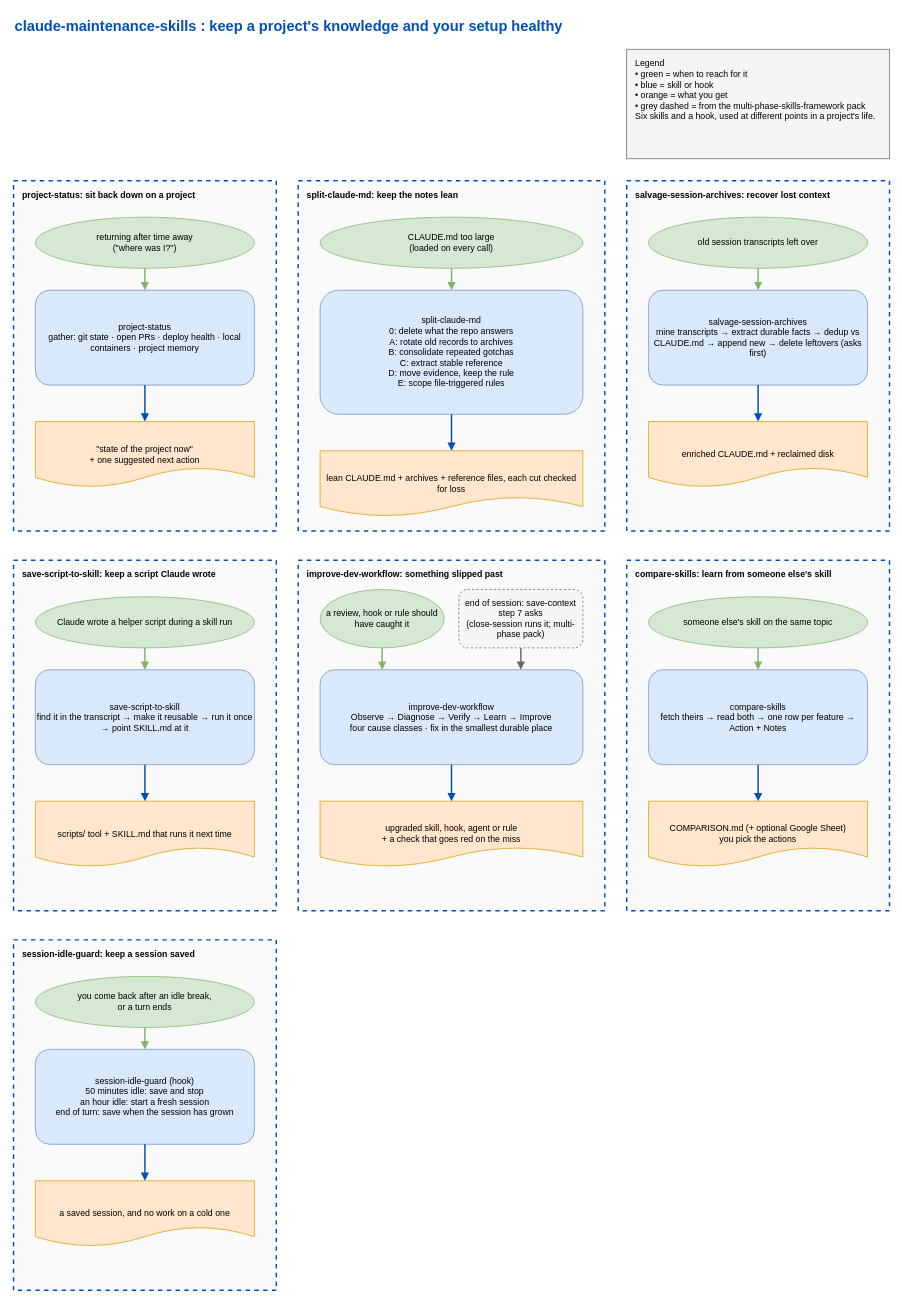
Earlier version of the draw.io diagram docs/maintenance-flow.drawio (eranw2000/claude-maintenance-skills). Source tidied: cells renumbered, new cells numbered last; positions are measured from the earlier drawing's top-left corner, leaving out a move shared by most shapes. Both pictures are drawn from the tidied source at 73%, with x=0, y=0 at pixel (13, 12).
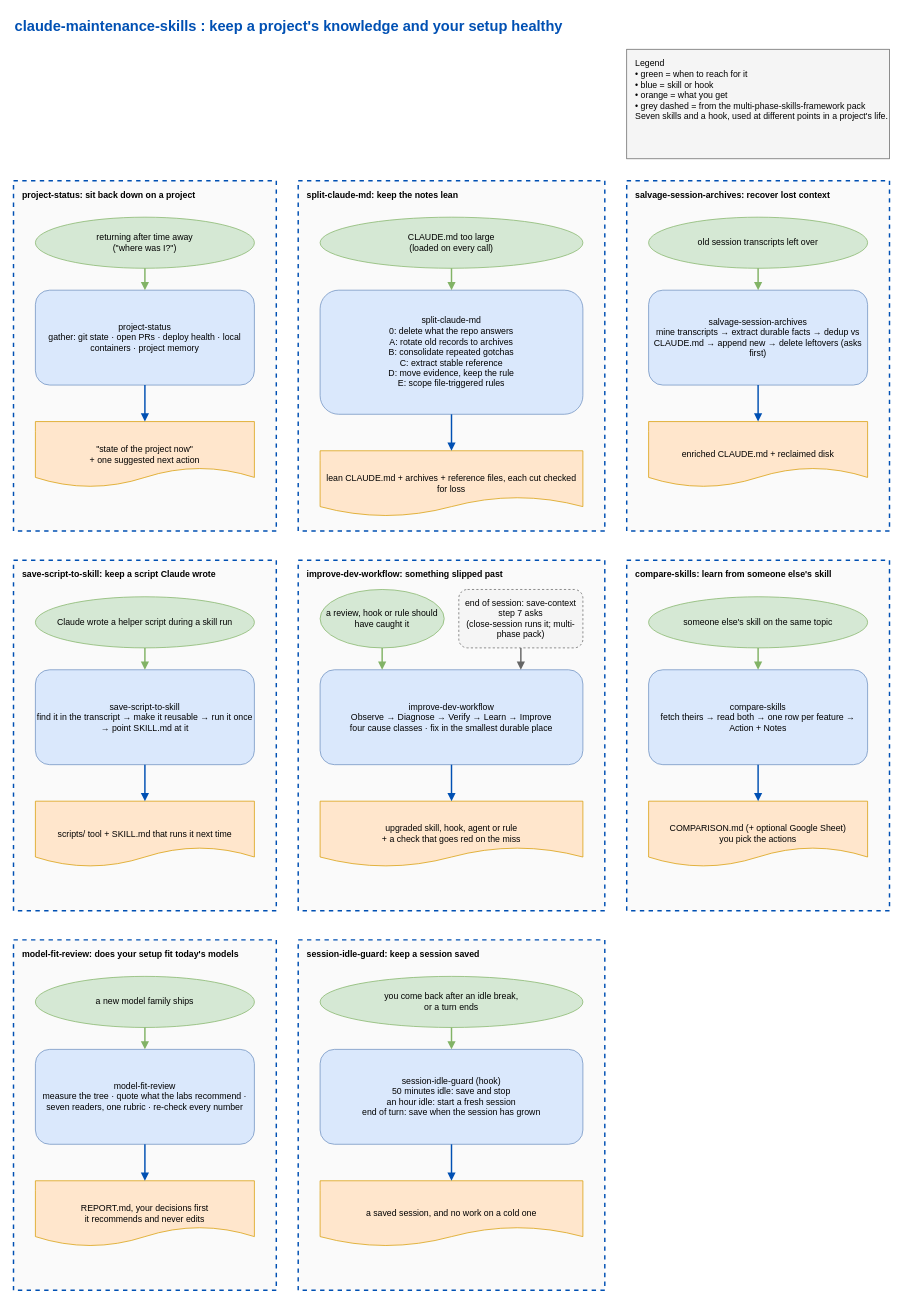
After the change.

What changed in the source:
```diff
@@
-    <mxCell id="3" value="Legend&#10;• green = when to reach for it&#10;• blue = skill or hook&#10;• orange = what you get&#10;• grey dashed = from the multi-phase-skills-framework pack&#10;Six skills and a hook, used at different points in a project's life." style="rounded=0;fillColor=#f5f5f5;strokeColor=#666666;verticalAlign=top;align=left;spacingLeft=10;spacingTop=6;whiteSpace=wrap;html=1;" parent="1" vertex="1">
+    <mxCell id="3" value="Legend&#10;• green = when to reach for it&#10;• blue = skill or hook&#10;• orange = what you get&#10;• grey dashed = from the multi-phase-skills-framework pack&#10;Seven skills and a hook, used at different points in a project's life." style="rounded=0;fillColor=#f5f5f5;strokeColor=#666666;verticalAlign=top;align=left;spacingLeft=10;spacingTop=6;whiteSpace=wrap;html=1;" parent="1" vertex="1">
       <mxGeometry x="840" y="50" width="360" height="150" as="geometry" />
     </mxCell>
@@
-    <mxCell id="42" value="session-idle-guard: keep a session saved" style="rounded=0;fillColor=#fafafa;strokeColor=#0050b3;fontStyle=1;verticalAlign=top;align=left;spacingLeft=10;spacingTop=6;dashed=1;strokeWidth=2;html=1;whiteSpace=wrap;" parent="1" vertex="1">
+    <mxCell id="42" value="model-fit-review: does your setup fit today's models" style="rounded=0;fillColor=#fafafa;strokeColor=#0050b3;fontStyle=1;verticalAlign=top;align=left;spacingLeft=10;spacingTop=6;dashed=1;strokeWidth=2;html=1;whiteSpace=wrap;" parent="1" vertex="1">
       <mxGeometry y="1270" width="360" height="480" as="geometry" />
     </mxCell>
-    <mxCell id="43" value="session-idle-guard (hook)&#10;50 minutes idle: save and stop&#10;an hour idle: start a fresh session&#10;end of turn: save when the session has grown" style="rounded=1;fillColor=#dae8fc;strokeColor=#6c8ebf;html=1;whiteSpace=wrap;" parent="1" vertex="1">
+    <mxCell id="43" value="model-fit-review&#10;measure the tree · quote what the labs recommend · seven readers, one rubric · re-check every number" style="rounded=1;fillColor=#dae8fc;strokeColor=#6c8ebf;html=1;whiteSpace=wrap;" parent="1" vertex="1">
       <mxGeometry x="30" y="1420" width="300" height="130" as="geometry" />
     </mxCell>
-    <mxCell id="44" value="you come back after an idle break,&#10;or a turn ends" style="ellipse;fillColor=#d5e8d4;strokeColor=#82b366;html=1;whiteSpace=wrap;" parent="1" vertex="1">
+    <mxCell id="44" value="a new model family ships" style="ellipse;fillColor=#d5e8d4;strokeColor=#82b366;html=1;whiteSpace=wrap;" parent="1" vertex="1">
       <mxGeometry x="30" y="1320" width="300" height="70" as="geometry" />
     </mxCell>
@@
-    <mxCell id="46" value="a saved session, and no work on a cold one" style="shape=document;fillColor=#ffe6cc;strokeColor=#d79b00;html=1;whiteSpace=wrap;" parent="1" vertex="1">
+    <mxCell id="46" value="REPORT.md, your decisions first&#10;it recommends and never edits" style="shape=document;fillColor=#ffe6cc;strokeColor=#d79b00;html=1;whiteSpace=wrap;" parent="1" vertex="1">
       <mxGeometry x="30" y="1600" width="300" height="90" as="geometry" />
     </mxCell>
@@
+    <mxCell id="48" value="session-idle-guard: keep a session saved" style="rounded=0;fillColor=#fafafa;strokeColor=#0050b3;fontStyle=1;verticalAlign=top;align=left;spacingLeft=10;spacingTop=6;dashed=1;strokeWidth=2;html=1;whiteSpace=wrap;" parent="1" vertex="1">
+      <mxGeometry x="390" y="1270" width="420" height="480" as="geometry" />
+    </mxCell>
+    <mxCell id="49" value="session-idle-guard (hook)&#10;50 minutes idle: save and stop&#10;an hour idle: start a fresh session&#10;end of turn: save when the session has grown" style="rounded=1;fillColor=#dae8fc;strokeColor=#6c8ebf;html=1;whiteSpace=wrap;" parent="1" vertex="1">
+      <mxGeometry x="420" y="1420" width="360" height="130" as="geometry" />
+    </mxCell>
+    <mxCell id="50" value="you come back after an idle break,&#10;or a turn ends" style="ellipse;fillColor=#d5e8d4;strokeColor=#82b366;html=1;whiteSpace=wrap;" parent="1" vertex="1">
+      <mxGeometry x="420" y="1320" width="360" height="70" as="geometry" />
+    </mxCell>
+    <mxCell id="51" style="edgeStyle=orthogonalEdgeStyle;rounded=0;html=1;endArrow=block;endFill=1;strokeWidth=2;strokeColor=#82b366;exitX=0.5;exitY=1;exitDx=0;exitDy=0;entryX=0.5;entryY=0;entryDx=0;entryDy=0;" parent="1" edge="1" source="50" target="49">
+      <mxGeometry relative="1" as="geometry" />
+    </mxCell>
+    <mxCell id="52" value="a saved session, and no work on a cold one" style="shape=document;fillColor=#ffe6cc;strokeColor=#d79b00;html=1;whiteSpace=wrap;" parent="1" vertex="1">
+      <mxGeometry x="420" y="1600" width="360" height="90" as="geometry" />
+    </mxCell>
+    <mxCell id="53" style="edgeStyle=orthogonalEdgeStyle;rounded=0;html=1;endArrow=block;endFill=1;strokeWidth=2;strokeColor=#0050b3;exitX=0.5;exitY=1;exitDx=0;exitDy=0;entryX=0.5;entryY=0;entryDx=0;entryDy=0;" parent="1" edge="1" source="49" target="52">
+      <mxGeometry relative="1" as="geometry" />
+    </mxCell>
```
